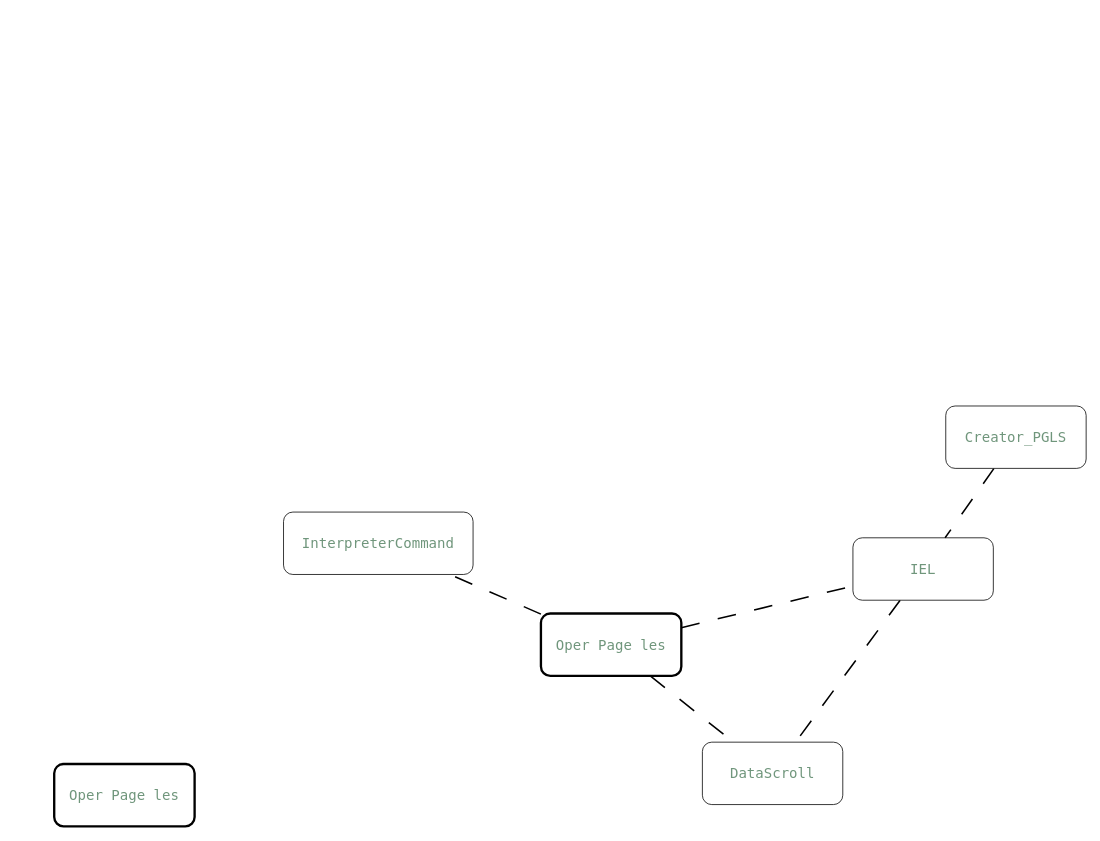
Above: page "Иерархия ссылок" (3 of 3) of OtherFiles/Charts/OperPage_les.drawio in Lisyaka46/OperPageLes (draw.io), before the change. Source tidied: cells renumbered, new cells numbered last; positions are measured from the earlier drawing's top-left corner, leaving out a move shared by most shapes. Both pictures are drawn from the tidied source at 78%, with x=0, y=0 at pixel (54, 406).
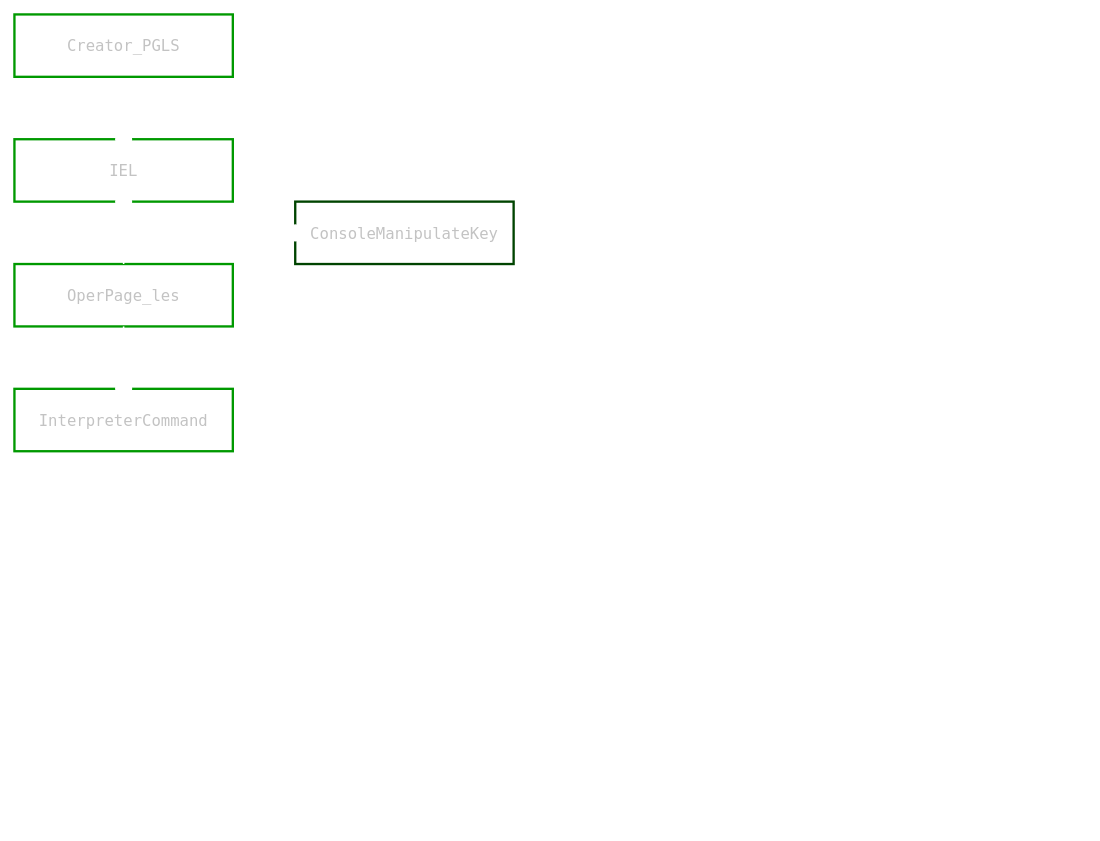
The same page after the edit.

What changed in the source:
```diff
@@
 <mxGraphModel>
   <root>
     <mxCell id="0" />
     <mxCell id="1" parent="0" />
-    <mxCell id="2" value="InterpreterCommand" style="rounded=1;whiteSpace=wrap;fontSize=18;fontColor=#70967C;fontFamily=Lucida Console;" parent="1" vertex="1">
-      <mxGeometry x="294" y="136" width="243" height="80" as="geometry" />
-    </mxCell>
-    <mxCell id="3" style="rounded=1;jettySize=auto;html=1;dashed=1;dashPattern=12 12;strokeWidth=2;endArrow=none;endFill=0;flowAnimation=1;" parent="1" edge="1" source="8" target="2">
-      <mxGeometry relative="1" as="geometry" />
-    </mxCell>
-    <mxCell id="4" style="rounded=1;jettySize=auto;html=1;strokeWidth=2;endArrow=none;endFill=0;dashed=1;dashPattern=12 12;flowAnimation=1;" parent="1" edge="1" source="8" target="6">
-      <mxGeometry relative="1" as="geometry" />
-    </mxCell>
-    <mxCell id="5" style="edgeStyle=none;shape=connector;rounded=1;jettySize=auto;html=1;dashed=1;dashPattern=12 12;strokeColor=default;strokeWidth=2;align=center;verticalAlign=middle;fontFamily=Lucida Console;fontSize=18;fontColor=#70967C;labelBackgroundColor=default;endArrow=none;endFill=0;flowAnimation=1;" parent="1" edge="1" source="6" target="9">
-      <mxGeometry relative="1" as="geometry" />
-    </mxCell>
+    <mxCell id="13" style="edgeStyle=orthogonalEdgeStyle;shape=connector;rounded=1;jettySize=auto;html=1;strokeColor=#FFFFFF;strokeWidth=2;align=center;verticalAlign=middle;fontFamily=Helvetica;fontSize=11;fontColor=none;labelBackgroundColor=default;startArrow=none;startFill=0;startSize=20;endArrow=oval;endFill=1;endSize=20;flowAnimation=0;" parent="1" edge="1" source="14" target="15">
+      <mxGeometry relative="1" as="geometry" />
+    </mxCell>
+    <mxCell id="14" value="OperPage_les" style="rounded=1;whiteSpace=wrap;fontSize=20;fontColor=#C3C3C3;fontFamily=Lucida Console;strokeWidth=3;arcSize=0;strokeColor=#009900;" parent="1" vertex="1">
+      <mxGeometry x="-51" y="-182" width="280" height="80" as="geometry" />
+    </mxCell>
+    <mxCell id="15" value="ConsoleManipulateKey" style="rounded=1;whiteSpace=wrap;fontSize=20;fontColor=#C3C3C3;fontFamily=Lucida Console;strokeWidth=3;arcSize=0;strokeColor=#004400;" parent="1" vertex="1">
+      <mxGeometry x="309" y="-262" width="280" height="80" as="geometry" />
+    </mxCell>
+    <mxCell id="16" style="edgeStyle=orthogonalEdgeStyle;shape=connector;rounded=1;jettySize=auto;html=1;strokeColor=#FFFFFF;strokeWidth=2;align=center;verticalAlign=middle;fontFamily=Helvetica;fontSize=11;fontColor=none;labelBackgroundColor=default;startArrow=none;startFill=0;startSize=20;endArrow=oval;endFill=1;endSize=20;flowAnimation=0;" parent="1" edge="1" source="6" target="15">
+      <mxGeometry relative="1" as="geometry" />
+    </mxCell>
-    <mxCell id="6" value="IEL" style="rounded=1;whiteSpace=wrap;fontSize=18;fontColor=#70967C;fontFamily=Lucida Console;" parent="1" vertex="1">
-      <mxGeometry x="1024" y="169" width="180" height="80" as="geometry" />
+    <mxCell id="6" value="IEL" style="rounded=1;whiteSpace=wrap;fontSize=20;fontColor=#C3C3C3;fontFamily=Lucida Console;strokeWidth=3;arcSize=0;strokeColor=#009900;" parent="1" vertex="1">
+      <mxGeometry x="-51" y="-342" width="280" height="80" as="geometry" />
     </mxCell>
-    <mxCell id="7" style="edgeStyle=none;shape=connector;rounded=1;jettySize=auto;html=1;dashed=1;dashPattern=12 12;strokeColor=default;strokeWidth=2;align=center;verticalAlign=middle;fontFamily=Lucida Console;fontSize=18;fontColor=#70967C;labelBackgroundColor=default;endArrow=none;endFill=0;flowAnimation=1;" parent="1" edge="1" source="8" target="9">
-      <mxGeometry relative="1" as="geometry" />
-    </mxCell>
-    <mxCell id="8" value="Oper Page les" style="rounded=1;whiteSpace=wrap;fontSize=18;fontColor=#70967C;fontFamily=Lucida Console;strokeWidth=3;" parent="1" vertex="1">
-      <mxGeometry x="624" y="266" width="180" height="80" as="geometry" />
-    </mxCell>
-    <mxCell id="9" value="DataScroll" style="rounded=1;whiteSpace=wrap;fontSize=18;fontColor=#70967C;fontFamily=Lucida Console;" parent="1" vertex="1">
-      <mxGeometry x="831" y="431" width="180" height="80" as="geometry" />
-    </mxCell>
-    <mxCell id="10" style="edgeStyle=none;shape=connector;rounded=1;jettySize=auto;html=1;dashed=1;dashPattern=12 12;strokeColor=default;strokeWidth=2;align=center;verticalAlign=middle;fontFamily=Helvetica;fontSize=11;fontColor=default;labelBackgroundColor=default;endArrow=none;endFill=0;flowAnimation=1;" parent="1" edge="1" source="11" target="6">
+    <mxCell id="10" style="edgeStyle=orthogonalEdgeStyle;shape=connector;rounded=1;jettySize=auto;html=1;strokeColor=#FFFFFF;strokeWidth=2;align=center;verticalAlign=middle;fontFamily=Helvetica;fontSize=11;fontColor=none;labelBackgroundColor=default;startArrow=none;startFill=0;startSize=20;endArrow=oval;endFill=1;endSize=20;flowAnimation=0;" parent="1" edge="1" source="11" target="6">
       <mxGeometry relative="1" as="geometry" />
     </mxCell>
-    <mxCell id="11" value="Creator_PGLS" style="rounded=1;whiteSpace=wrap;fontSize=18;fontColor=#70967C;fontFamily=Lucida Console;" parent="1" vertex="1">
-      <mxGeometry x="1143" width="180" height="80" as="geometry" />
+    <mxCell id="11" value="Creator_PGLS" style="rounded=1;whiteSpace=wrap;fontSize=20;fontColor=#C3C3C3;fontFamily=Lucida Console;strokeWidth=3;arcSize=0;strokeColor=#009900;" parent="1" vertex="1">
+      <mxGeometry x="-51" y="-502" width="280" height="80" as="geometry" />
     </mxCell>
-    <mxCell id="12" value="Oper Page les" style="rounded=1;whiteSpace=wrap;fontSize=18;fontColor=#70967C;fontFamily=Lucida Console;strokeWidth=3;" parent="1" vertex="1">
-      <mxGeometry y="459" width="180" height="80" as="geometry" />
-    </mxCell>
+    <mxCell id="2" value="InterpreterCommand" style="rounded=1;whiteSpace=wrap;fontSize=20;fontColor=#C3C3C3;fontFamily=Lucida Console;strokeWidth=3;arcSize=0;strokeColor=#009900;" parent="1" vertex="1">
+      <mxGeometry x="-51" y="-22" width="280" height="80" as="geometry" />
+    </mxCell>
+    <mxCell id="17" style="edgeStyle=orthogonalEdgeStyle;shape=connector;rounded=1;jettySize=auto;html=1;strokeColor=#FFFFFF;strokeWidth=2;align=center;verticalAlign=middle;fontFamily=Helvetica;fontSize=11;fontColor=none;labelBackgroundColor=default;startArrow=none;startFill=0;startSize=20;endArrow=oval;endFill=1;endSize=20;flowAnimation=0;noLabel=1;" parent="1" edge="1" source="14" target="2">
+      <mxGeometry relative="1" as="geometry" />
+    </mxCell>
+    <mxCell id="18" style="edgeStyle=orthogonalEdgeStyle;shape=connector;rounded=1;jettySize=auto;html=1;strokeColor=#FFFFFF;strokeWidth=2;align=center;verticalAlign=middle;fontFamily=Helvetica;fontSize=11;fontColor=none;labelBackgroundColor=default;startArrow=none;startFill=0;startSize=20;endArrow=oval;endFill=1;endSize=20;flowAnimation=0;" parent="1" edge="1" source="14" target="6">
+      <mxGeometry relative="1" as="geometry" />
+    </mxCell>
   </root>
 </mxGraphModel>
```
